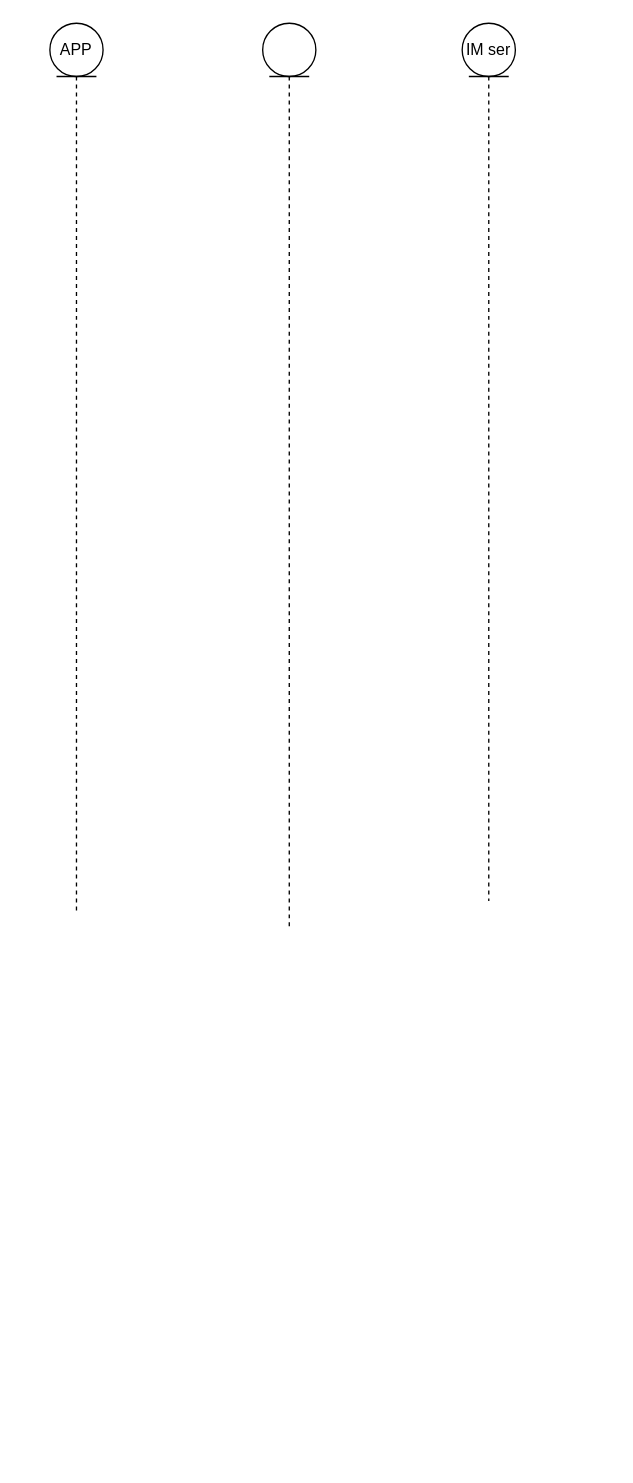
Earlier version of the draw.io diagram 未命名绘图.drawio (liuqing520it/samples). Source tidied: cells renumbered, new cells numbered last; positions are measured from the earlier drawing's top-left corner, leaving out a move shared by most shapes. Both pictures are drawn from the tidied source at 133%, with x=0, y=0 at pixel (49, 23).
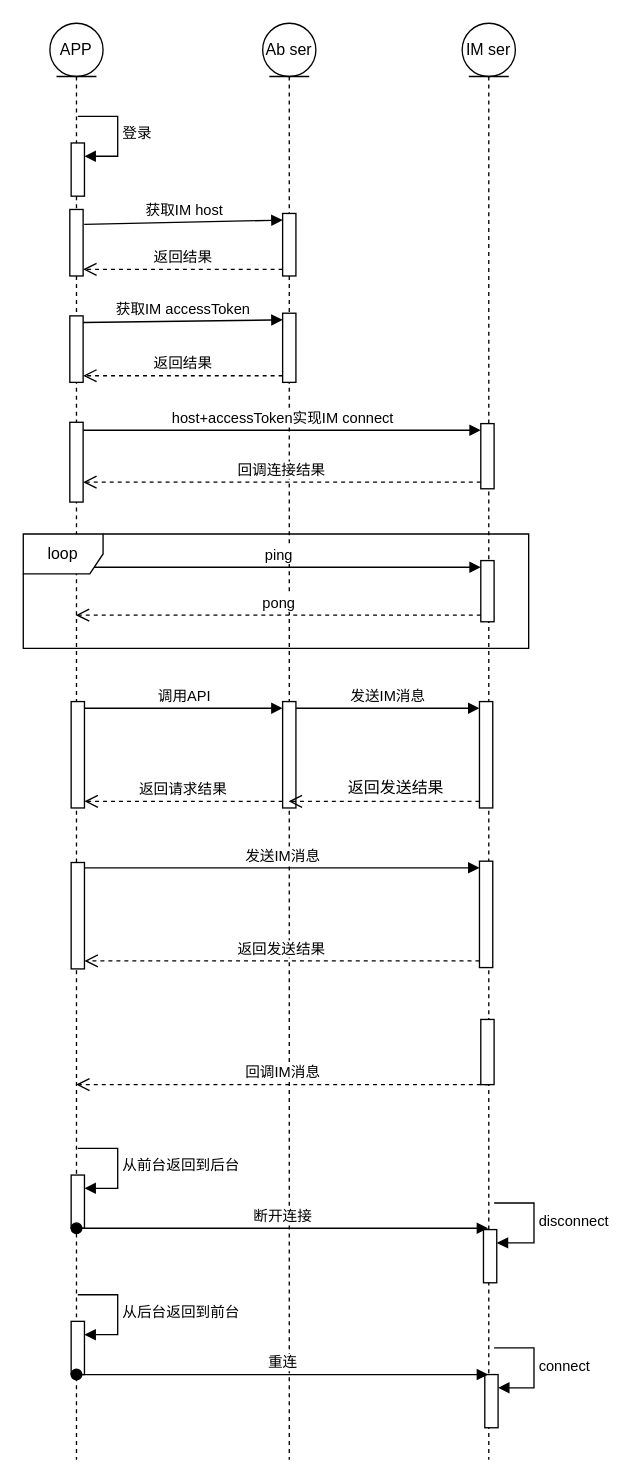
The same diagram, later.

Commit message:
更新未命名绘图.drawio

What changed in the source:
```diff
@@
     <mxCell id="2" value="APP" style="shape=umlLifeline;perimeter=lifelinePerimeter;whiteSpace=wrap;html=1;outlineConnect=0;portConstraint=eastwest;newEdgeStyle={&quot;curved&quot;:0,&quot;rounded&quot;:0};participant=umlEntity;" parent="1" vertex="1">
-      <mxGeometry width="40" height="670" as="geometry" />
+      <mxGeometry width="40" height="1080" as="geometry" />
     </mxCell>
+    <mxCell id="5" style="html=1;points=[[0,0,0,0,5],[0,1,0,0,-5],[1,0,0,0,5],[1,1,0,0,-5]];perimeter=orthogonalPerimeter;outlineConnect=0;targetShapes=umlLifeline;portConstraint=eastwest;newEdgeStyle={&quot;curved&quot;:0,&quot;rounded&quot;:0};" parent="2" vertex="1">
+      <mxGeometry x="16" y="90" width="10" height="40" as="geometry" />
+    </mxCell>
+    <mxCell id="6" value="登录" style="html=1;align=left;spacingLeft=2;endArrow=block;rounded=0;edgeStyle=orthogonalEdgeStyle;curved=0;rounded=0;" parent="2" edge="1" target="5">
+      <mxGeometry relative="1" as="geometry">
+        <mxPoint x="21" y="70" as="sourcePoint" />
+        <Array as="points">
+          <mxPoint x="51" y="70" />
+          <mxPoint x="51" y="100" />
+        </Array>
+      </mxGeometry>
+    </mxCell>
+    <mxCell id="7" style="html=1;points=[[0,0,0,0,5],[0,1,0,0,-5],[1,0,0,0,5],[1,1,0,0,-5]];perimeter=orthogonalPerimeter;outlineConnect=0;targetShapes=umlLifeline;portConstraint=eastwest;newEdgeStyle={&quot;curved&quot;:0,&quot;rounded&quot;:0};" parent="2" vertex="1">
+      <mxGeometry x="16" y="866" width="10" height="40" as="geometry" />
+    </mxCell>
+    <mxCell id="8" value="从前台返回到后台" style="html=1;align=left;spacingLeft=2;endArrow=block;rounded=0;edgeStyle=orthogonalEdgeStyle;curved=0;rounded=0;" parent="2" edge="1" target="7">
+      <mxGeometry relative="1" as="geometry">
+        <mxPoint x="21" y="846" as="sourcePoint" />
+        <Array as="points">
+          <mxPoint x="51" y="876" />
+        </Array>
+      </mxGeometry>
+    </mxCell>
+    <mxCell id="9" style="html=1;points=[[0,0,0,0,5],[0,1,0,0,-5],[1,0,0,0,5],[1,1,0,0,-5]];perimeter=orthogonalPerimeter;outlineConnect=0;targetShapes=umlLifeline;portConstraint=eastwest;newEdgeStyle={&quot;curved&quot;:0,&quot;rounded&quot;:0};" parent="2" vertex="1">
+      <mxGeometry x="16" y="976" width="10" height="40" as="geometry" />
+    </mxCell>
+    <mxCell id="10" value="从后台返回到前台" style="html=1;align=left;spacingLeft=2;endArrow=block;rounded=0;edgeStyle=orthogonalEdgeStyle;curved=0;rounded=0;" parent="2" edge="1" target="9">
+      <mxGeometry relative="1" as="geometry">
+        <mxPoint x="21" y="956" as="sourcePoint" />
+        <Array as="points">
+          <mxPoint x="51" y="986" />
+        </Array>
+      </mxGeometry>
+    </mxCell>
+    <mxCell id="11" style="html=1;points=[[0,0,0,0,5],[0,1,0,0,-5],[1,0,0,0,5],[1,1,0,0,-5]];perimeter=orthogonalPerimeter;outlineConnect=0;targetShapes=umlLifeline;portConstraint=eastwest;newEdgeStyle={&quot;curved&quot;:0,&quot;rounded&quot;:0};" parent="2" vertex="1">
+      <mxGeometry x="15" y="140" width="10" height="50" as="geometry" />
+    </mxCell>
+    <mxCell id="12" style="html=1;points=[[0,0,0,0,5],[0,1,0,0,-5],[1,0,0,0,5],[1,1,0,0,-5]];perimeter=orthogonalPerimeter;outlineConnect=0;targetShapes=umlLifeline;portConstraint=eastwest;newEdgeStyle={&quot;curved&quot;:0,&quot;rounded&quot;:0};" parent="2" vertex="1">
+      <mxGeometry x="15" y="220" width="10" height="50" as="geometry" />
+    </mxCell>
+    <mxCell id="13" style="html=1;points=[[0,0,0,0,5],[0,1,0,0,-5],[1,0,0,0,5],[1,1,0,0,-5]];perimeter=orthogonalPerimeter;outlineConnect=0;targetShapes=umlLifeline;portConstraint=eastwest;newEdgeStyle={&quot;curved&quot;:0,&quot;rounded&quot;:0};" parent="2" vertex="1">
+      <mxGeometry x="15" y="300" width="10" height="60" as="geometry" />
+    </mxCell>
+    <mxCell id="14" style="html=1;points=[[0,0,0,0,5],[0,1,0,0,-5],[1,0,0,0,5],[1,1,0,0,-5]];perimeter=orthogonalPerimeter;outlineConnect=0;targetShapes=umlLifeline;portConstraint=eastwest;newEdgeStyle={&quot;curved&quot;:0,&quot;rounded&quot;:0};" parent="2" vertex="1">
+      <mxGeometry x="16" y="510" width="10" height="80" as="geometry" />
+    </mxCell>
-    <mxCell id="3" style="shape=umlLifeline;perimeter=lifelinePerimeter;whiteSpace=wrap;html=1;outlineConnect=0;portConstraint=eastwest;newEdgeStyle={&quot;curved&quot;:0,&quot;rounded&quot;:0};participant=umlEntity;" parent="1" vertex="1">
-      <mxGeometry x="160" width="40" height="680" as="geometry" />
+    <mxCell id="3" value="Ab ser" style="shape=umlLifeline;perimeter=lifelinePerimeter;whiteSpace=wrap;html=1;outlineConnect=0;portConstraint=eastwest;newEdgeStyle={&quot;curved&quot;:0,&quot;rounded&quot;:0};participant=umlEntity;" parent="1" vertex="1">
+      <mxGeometry x="160" width="40" height="1080" as="geometry" />
     </mxCell>
+    <mxCell id="15" style="html=1;points=[[0,0,0,0,5],[0,1,0,0,-5],[1,0,0,0,5],[1,1,0,0,-5]];perimeter=orthogonalPerimeter;outlineConnect=0;targetShapes=umlLifeline;portConstraint=eastwest;newEdgeStyle={&quot;curved&quot;:0,&quot;rounded&quot;:0};" parent="3" vertex="1">
+      <mxGeometry x="15" y="218" width="10" height="52" as="geometry" />
+    </mxCell>
+    <mxCell id="16" style="html=1;points=[[0,0,0,0,5],[0,1,0,0,-5],[1,0,0,0,5],[1,1,0,0,-5]];perimeter=orthogonalPerimeter;outlineConnect=0;targetShapes=umlLifeline;portConstraint=eastwest;newEdgeStyle={&quot;curved&quot;:0,&quot;rounded&quot;:0};" parent="3" vertex="1">
+      <mxGeometry x="15" y="143" width="10" height="47" as="geometry" />
+    </mxCell>
+    <mxCell id="17" style="html=1;points=[[0,0,0,0,5],[0,1,0,0,-5],[1,0,0,0,5],[1,1,0,0,-5]];perimeter=orthogonalPerimeter;outlineConnect=0;targetShapes=umlLifeline;portConstraint=eastwest;newEdgeStyle={&quot;curved&quot;:0,&quot;rounded&quot;:0};" parent="3" vertex="1">
+      <mxGeometry x="15" y="510" width="10" height="80" as="geometry" />
+    </mxCell>
     <mxCell id="4" value="IM&amp;nbsp;&lt;span style=&quot;background-color: initial;&quot;&gt;ser&lt;/span&gt;" style="shape=umlLifeline;perimeter=lifelinePerimeter;whiteSpace=wrap;html=1;newEdgeStyle={&quot;curved&quot;:0,&quot;rounded&quot;:0};participant=umlEntity;" parent="1" vertex="1">
-      <mxGeometry x="310" width="40" height="660" as="geometry" />
+      <mxGeometry x="310" width="40" height="1080" as="geometry" />
     </mxCell>
+    <mxCell id="18" style="html=1;points=[[0,0,0,0,5],[0,1,0,0,-5],[1,0,0,0,5],[1,1,0,0,-5]];perimeter=orthogonalPerimeter;outlineConnect=0;targetShapes=umlLifeline;portConstraint=eastwest;newEdgeStyle={&quot;curved&quot;:0,&quot;rounded&quot;:0};" parent="4" vertex="1">
+      <mxGeometry x="14" y="301" width="10" height="49" as="geometry" />
+    </mxCell>
+    <mxCell id="19" style="html=1;points=[[0,0,0,0,5],[0,1,0,0,-5],[1,0,0,0,5],[1,1,0,0,-5]];perimeter=orthogonalPerimeter;outlineConnect=0;targetShapes=umlLifeline;portConstraint=eastwest;newEdgeStyle={&quot;curved&quot;:0,&quot;rounded&quot;:0};" parent="4" vertex="1">
+      <mxGeometry x="14" y="404" width="10" height="46" as="geometry" />
+    </mxCell>
+    <mxCell id="20" style="html=1;perimeter=orthogonalPerimeter;targetShapes=umlLifeline;newEdgeStyle={&quot;curved&quot;:0,&quot;rounded&quot;:0};" parent="4" vertex="1">
+      <mxGeometry x="14" y="749" width="10" height="49" as="geometry" />
+    </mxCell>
+    <mxCell id="21" style="html=1;points=[[0,0,0,0,5],[0,1,0,0,-5],[1,0,0,0,5],[1,1,0,0,-5]];perimeter=orthogonalPerimeter;outlineConnect=0;targetShapes=umlLifeline;portConstraint=eastwest;newEdgeStyle={&quot;curved&quot;:0,&quot;rounded&quot;:0};" parent="4" vertex="1">
+      <mxGeometry x="16" y="907" width="10" height="40" as="geometry" />
+    </mxCell>
+    <mxCell id="22" value="disconnect" style="html=1;align=left;spacingLeft=2;endArrow=block;rounded=0;edgeStyle=orthogonalEdgeStyle;curved=0;rounded=0;" parent="4" edge="1" target="21">
+      <mxGeometry relative="1" as="geometry">
+        <mxPoint x="24" y="887" as="sourcePoint" />
+        <Array as="points">
+          <mxPoint x="54" y="917" />
+        </Array>
+      </mxGeometry>
+    </mxCell>
+    <mxCell id="23" style="html=1;points=[[0,0,0,0,5],[0,1,0,0,-5],[1,0,0,0,5],[1,1,0,0,-5]];perimeter=orthogonalPerimeter;outlineConnect=0;targetShapes=umlLifeline;portConstraint=eastwest;newEdgeStyle={&quot;curved&quot;:0,&quot;rounded&quot;:0};" parent="4" vertex="1">
+      <mxGeometry x="17" y="1016" width="10" height="40" as="geometry" />
+    </mxCell>
+    <mxCell id="24" value="connect" style="html=1;align=left;spacingLeft=2;endArrow=block;rounded=0;edgeStyle=orthogonalEdgeStyle;curved=0;rounded=0;" parent="4" edge="1" target="23">
+      <mxGeometry relative="1" as="geometry">
+        <mxPoint x="24" y="996" as="sourcePoint" />
+        <Array as="points">
+          <mxPoint x="54" y="1026" />
+        </Array>
+      </mxGeometry>
+    </mxCell>
+    <mxCell id="25" style="html=1;points=[[0,0,0,0,5],[0,1,0,0,-5],[1,0,0,0,5],[1,1,0,0,-5]];perimeter=orthogonalPerimeter;outlineConnect=0;targetShapes=umlLifeline;portConstraint=eastwest;newEdgeStyle={&quot;curved&quot;:0,&quot;rounded&quot;:0};" parent="4" vertex="1">
+      <mxGeometry x="13" y="510" width="10" height="80" as="geometry" />
+    </mxCell>
+    <mxCell id="26" value="获取IM host" style="html=1;verticalAlign=bottom;endArrow=block;curved=0;rounded=0;entryX=0;entryY=0;entryDx=0;entryDy=5;exitX=1.083;exitY=0.223;exitDx=0;exitDy=0;exitPerimeter=0;" parent="1" edge="1" source="11" target="16">
+      <mxGeometry relative="1" as="geometry" />
+    </mxCell>
+    <mxCell id="27" value="返回结果" style="html=1;verticalAlign=bottom;endArrow=open;dashed=1;endSize=8;curved=0;rounded=0;exitX=0;exitY=1;exitDx=0;exitDy=-5;entryX=1;entryY=1;entryDx=0;entryDy=-5;entryPerimeter=0;" parent="1" edge="1" source="16" target="11">
+      <mxGeometry relative="1" as="geometry" />
+    </mxCell>
+    <mxCell id="28" value="获取IM accessToken" style="html=1;verticalAlign=bottom;endArrow=block;curved=0;rounded=0;entryX=0;entryY=0;entryDx=0;entryDy=5;exitX=1;exitY=0;exitDx=0;exitDy=5;exitPerimeter=0;" parent="1" edge="1" source="12" target="15">
+      <mxGeometry relative="1" as="geometry" />
+    </mxCell>
+    <mxCell id="29" value="返回结果" style="html=1;verticalAlign=bottom;endArrow=open;dashed=1;endSize=8;curved=0;rounded=0;exitX=0;exitY=1;exitDx=0;exitDy=-5;entryX=1;entryY=1;entryDx=0;entryDy=-5;entryPerimeter=0;" parent="1" edge="1" source="15" target="12">
+      <mxGeometry relative="1" as="geometry" />
+    </mxCell>
+    <mxCell id="30" value="host+accessToken实现IM connect" style="html=1;verticalAlign=bottom;endArrow=block;curved=0;rounded=0;entryX=0;entryY=0;entryDx=0;entryDy=5;" parent="1" edge="1" source="13" target="18">
+      <mxGeometry relative="1" as="geometry" />
+    </mxCell>
+    <mxCell id="31" value="回调连接结果" style="html=1;verticalAlign=bottom;endArrow=open;dashed=1;endSize=8;curved=0;rounded=0;exitX=0;exitY=1;exitDx=0;exitDy=-5;" parent="1" edge="1" source="18" target="13">
+      <mxGeometry relative="1" as="geometry" />
+    </mxCell>
+    <mxCell id="32" value="ping" style="html=1;verticalAlign=bottom;endArrow=block;curved=0;rounded=0;entryX=0;entryY=0;entryDx=0;entryDy=5;" parent="1" edge="1" target="19">
+      <mxGeometry relative="1" as="geometry">
+        <mxPoint x="19.7" y="409" as="sourcePoint" />
+      </mxGeometry>
+    </mxCell>
+    <mxCell id="33" value="pong" style="html=1;verticalAlign=bottom;endArrow=open;dashed=1;endSize=8;curved=0;rounded=0;exitX=0;exitY=1;exitDx=0;exitDy=-5;" parent="1" edge="1" source="19" target="2">
+      <mxGeometry relative="1" as="geometry" />
+    </mxCell>
+    <mxCell id="34" value="loop" style="shape=umlFrame;whiteSpace=wrap;html=1;" parent="1" vertex="1">
+      <mxGeometry x="-20" y="384" width="380" height="86" as="geometry" />
+    </mxCell>
+    <mxCell id="35" value="回调IM消息" style="html=1;verticalAlign=bottom;endArrow=open;dashed=1;endSize=8;curved=0;rounded=0;" parent="1" edge="1">
+      <mxGeometry relative="1" as="geometry">
+        <mxPoint x="330" y="798" as="sourcePoint" />
+        <mxPoint x="19.7" y="798" as="targetPoint" />
+      </mxGeometry>
+    </mxCell>
+    <mxCell id="36" value="断开连接" style="html=1;verticalAlign=bottom;startArrow=oval;startFill=1;endArrow=block;startSize=8;curved=0;rounded=0;" parent="1" edge="1">
+      <mxGeometry relative="1" as="geometry">
+        <mxPoint x="20" y="906" as="sourcePoint" />
+        <mxPoint x="329.5" y="906" as="targetPoint" />
+      </mxGeometry>
+    </mxCell>
+    <mxCell id="37" value="重连" style="html=1;verticalAlign=bottom;startArrow=oval;startFill=1;endArrow=block;startSize=8;curved=0;rounded=0;" parent="1" edge="1">
+      <mxGeometry relative="1" as="geometry">
+        <mxPoint x="20" y="1016" as="sourcePoint" />
+        <mxPoint x="329.5" y="1016" as="targetPoint" />
+      </mxGeometry>
+    </mxCell>
+    <mxCell id="38" value="调用API" style="html=1;verticalAlign=bottom;endArrow=block;curved=0;rounded=0;entryX=0;entryY=0;entryDx=0;entryDy=5;exitX=1;exitY=0;exitDx=0;exitDy=5;exitPerimeter=0;" parent="1" edge="1" source="14" target="17">
+      <mxGeometry relative="1" as="geometry" />
+    </mxCell>
+    <mxCell id="39" value="返回请求结果" style="html=1;verticalAlign=bottom;endArrow=open;dashed=1;endSize=8;curved=0;rounded=0;exitX=0;exitY=1;exitDx=0;exitDy=-5;entryX=1;entryY=1;entryDx=0;entryDy=-5;entryPerimeter=0;" parent="1" edge="1" source="17" target="14">
+      <mxGeometry relative="1" as="geometry" />
+    </mxCell>
+    <mxCell id="40" value="发送IM消息" style="html=1;verticalAlign=bottom;endArrow=block;curved=0;rounded=0;entryX=0;entryY=0;entryDx=0;entryDy=5;exitX=1;exitY=0;exitDx=0;exitDy=5;exitPerimeter=0;" parent="1" edge="1" source="17" target="25">
+      <mxGeometry relative="1" as="geometry" />
+    </mxCell>
+    <mxCell id="41" style="html=1;verticalAlign=bottom;endArrow=open;dashed=1;endSize=8;curved=0;rounded=0;exitX=0;exitY=1;exitDx=0;exitDy=-5;" parent="1" edge="1" source="25" target="3">
+      <mxGeometry relative="1" as="geometry" />
+    </mxCell>
+    <mxCell id="42" value="返回发送结果" style="text;html=1;align=center;verticalAlign=middle;strokeColor=none;fillColor=none;" parent="1" vertex="1">
+      <mxGeometry x="210" y="560" width="100" height="30" as="geometry" />
+    </mxCell>
+    <mxCell id="43" style="html=1;points=[[0,0,0,0,5],[0,1,0,0,-5],[1,0,0,0,5],[1,1,0,0,-5]];perimeter=orthogonalPerimeter;outlineConnect=0;targetShapes=umlLifeline;portConstraint=eastwest;newEdgeStyle={&quot;curved&quot;:0,&quot;rounded&quot;:0};" parent="1" vertex="1">
+      <mxGeometry x="16" y="631" width="10" height="80" as="geometry" />
+    </mxCell>
+    <mxCell id="44" style="html=1;points=[[0,0,0,0,5],[0,1,0,0,-5],[1,0,0,0,5],[1,1,0,0,-5]];perimeter=orthogonalPerimeter;outlineConnect=0;targetShapes=umlLifeline;portConstraint=eastwest;newEdgeStyle={&quot;curved&quot;:0,&quot;rounded&quot;:0};" parent="1" vertex="1">
+      <mxGeometry x="323" y="630" width="10" height="80" as="geometry" />
+    </mxCell>
+    <mxCell id="45" value="发送IM消息" style="html=1;verticalAlign=bottom;endArrow=block;curved=0;rounded=0;entryX=0;entryY=0;entryDx=0;entryDy=5;" parent="1" edge="1" source="43" target="44">
+      <mxGeometry relative="1" as="geometry" />
+    </mxCell>
+    <mxCell id="46" value="返回发送结果" style="html=1;verticalAlign=bottom;endArrow=open;dashed=1;endSize=8;curved=0;rounded=0;exitX=0;exitY=1;exitDx=0;exitDy=-5;" parent="1" edge="1" source="44" target="43">
+      <mxGeometry relative="1" as="geometry" />
+    </mxCell>
```
